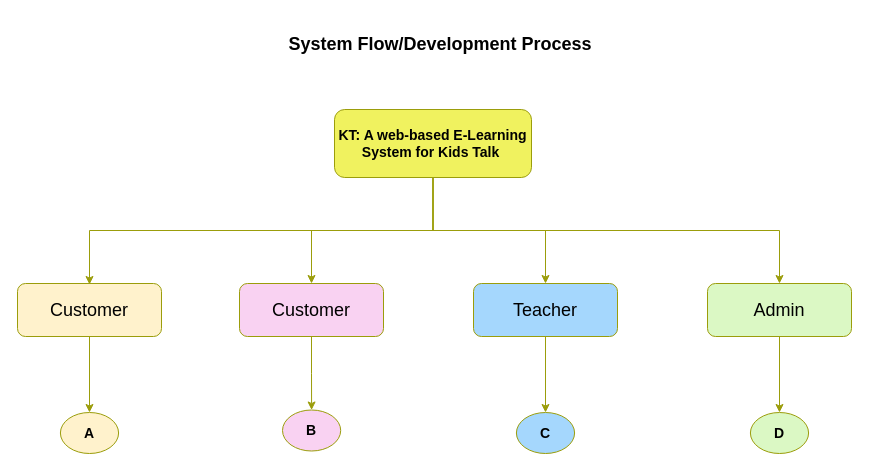
Earlier version of the draw.io diagram page "System Flow/Development Process" (6 of 13) of Untitled Diagram.drawio (Nashciong/JavaCodes). Source tidied: cells renumbered, new cells numbered last; positions are measured from the earlier drawing's top-left corner, leaving out a move shared by most shapes. Both pictures are drawn from the tidied source at 100%, with x=0, y=0 at pixel (17, 17).
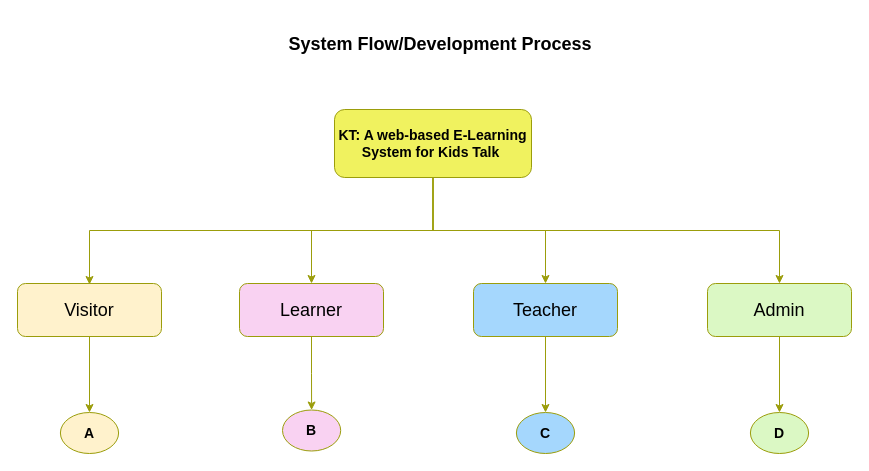
Above is the later version.

Diff of the diagram source:
```diff
@@
-    <mxCell id="13" value="&lt;font style=&quot;font-size: 18px;&quot;&gt;Customer&lt;/font&gt;" style="rounded=1;whiteSpace=wrap;html=1;fillColor=#F9D2F2;strokeColor=#9B9D0B;" parent="1" vertex="1">
+    <mxCell id="13" value="&lt;font style=&quot;font-size: 18px;&quot;&gt;Learner&lt;/font&gt;" style="rounded=1;whiteSpace=wrap;html=1;fillColor=#F9D2F2;strokeColor=#9B9D0B;" parent="1" vertex="1">
       <mxGeometry x="222" y="266" width="144" height="53" as="geometry" />
     </mxCell>
@@
-    <mxCell id="18" value="&lt;font style=&quot;font-size: 18px;&quot;&gt;Customer&lt;/font&gt;" style="rounded=1;whiteSpace=wrap;html=1;fillColor=#FFF2CC;strokeColor=#9B9D0B;" parent="1" vertex="1">
+    <mxCell id="18" value="&lt;font style=&quot;font-size: 18px;&quot;&gt;Visitor&lt;/font&gt;" style="rounded=1;whiteSpace=wrap;html=1;fillColor=#FFF2CC;strokeColor=#9B9D0B;" parent="1" vertex="1">
       <mxGeometry y="266" width="144" height="53" as="geometry" />
     </mxCell>
```
